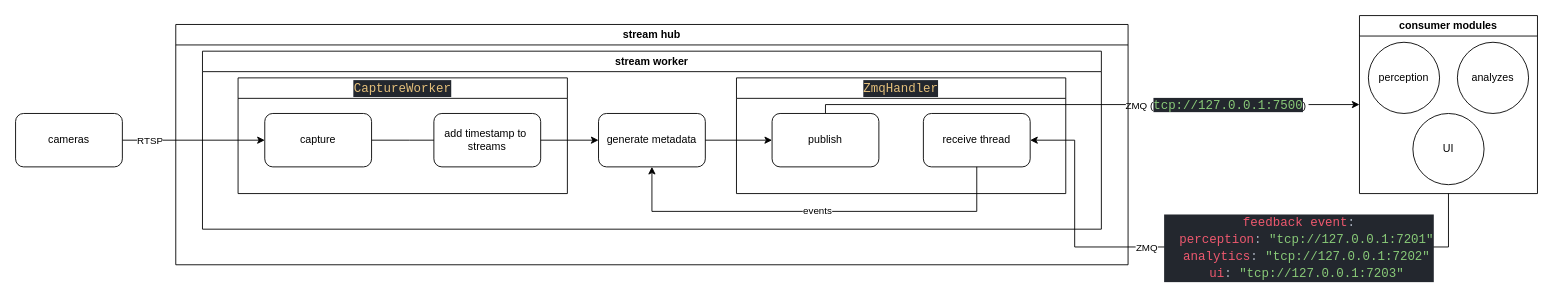
Earlier version of the draw.io diagram docs/workflow.drawio (SjR2003/stream-hub). Source tidied: cells renumbered, new cells numbered last; positions are measured from the earlier drawing's top-left corner, leaving out a move shared by most shapes. Both pictures are drawn from the tidied source at 89%, with x=0, y=0 at pixel (15, 15).
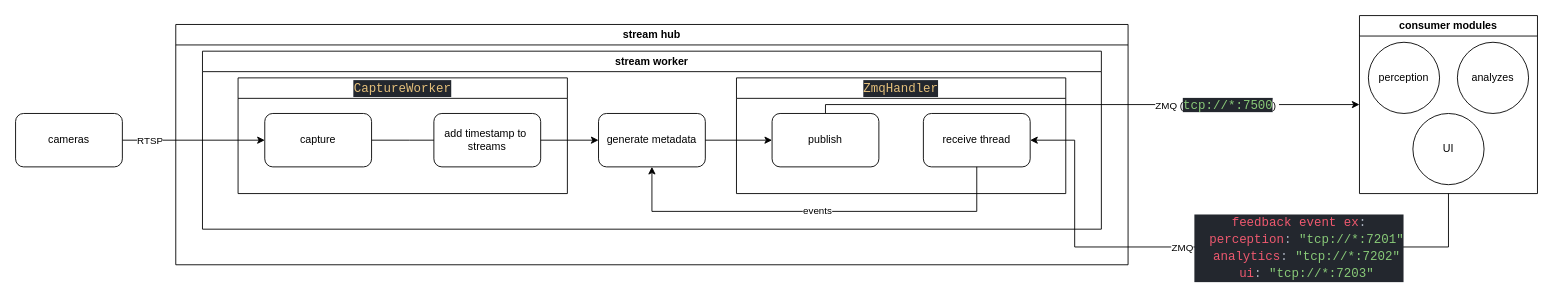
After the change.

The change refers to these unchanged cells:
```xml
<mxCell id="6" style="edgeStyle=orthogonalEdgeStyle;rounded=0;jettySize=auto;html=1;entryX=0;entryY=0.5;entryDx=0;entryDy=0;" parent="1" edge="1" source="24" target="11">
  <mxGeometry relative="1" as="geometry">
    <Array as="points">
      <mxPoint x="910" y="100" />
    </Array>
  </mxGeometry>
</mxCell>
<mxCell id="8" style="edgeStyle=orthogonalEdgeStyle;rounded=0;jettySize=auto;html=1;exitX=0.5;exitY=1;exitDx=0;exitDy=0;entryX=1;entryY=0.5;entryDx=0;entryDy=0;" parent="1" edge="1" source="11" target="25">
  <mxGeometry relative="1" as="geometry">
    <Array as="points">
      <mxPoint x="1610" y="260" />
      <mxPoint x="1190" y="260" />
      <mxPoint x="1190" y="140" />
    </Array>
  </mxGeometry>
</mxCell>
```

Diff of the diagram source:
```diff
@@
-    <mxCell id="7" value="ZMQ (&lt;span style=&quot;color: rgb(137, 202, 120); background-color: rgb(35, 39, 46); font-family: Consolas, &amp;quot;Courier New&amp;quot;, monospace; font-size: 14px; white-space-collapse: preserve;&quot;&gt;tcp://127.0.0.1:7500&lt;/span&gt;&lt;span style=&quot;background-color: light-dark(#ffffff, var(--ge-dark-color, #121212)); color: light-dark(rgb(0, 0, 0), rgb(255, 255, 255));&quot;&gt;)&amp;nbsp;&lt;/span&gt;" style="edgeLabel;html=1;align=center;verticalAlign=middle;" parent="6" vertex="1">
+    <mxCell id="7" value="ZMQ (&lt;span style=&quot;color: rgb(137, 202, 120); background-color: rgb(35, 39, 46); font-family: Consolas, &amp;quot;Courier New&amp;quot;, monospace; font-size: 14px; white-space-collapse: preserve;&quot;&gt;tcp://*:7500&lt;/span&gt;&lt;span style=&quot;background-color: light-dark(#ffffff, var(--ge-dark-color, #121212)); color: light-dark(rgb(0, 0, 0), rgb(255, 255, 255));&quot;&gt;)&amp;nbsp;&lt;/span&gt;" style="edgeLabel;html=1;align=center;verticalAlign=middle;" parent="6" vertex="1">
       <mxGeometry x="0.02" relative="1" as="geometry">
         <mxPoint x="138" as="offset" />
       </mxGeometry>
     </mxCell>
@@
-    <mxCell id="9" value="&lt;div style=&quot;color: rgb(171, 178, 191); background-color: rgb(35, 39, 46); font-family: Consolas, &amp;quot;Courier New&amp;quot;, monospace; font-size: 14px; line-height: 19px; white-space-collapse: preserve;&quot;&gt;&lt;div&gt;&lt;span style=&quot;color: #ef596f;&quot;&gt;feedback event&lt;/span&gt;:&lt;/div&gt;&lt;div&gt;&amp;nbsp; &lt;span style=&quot;color: #ef596f;&quot;&gt;perception&lt;/span&gt;: &lt;span style=&quot;color: #89ca78;&quot;&gt;&quot;tcp://127.0.0.1:7201&quot;&lt;/span&gt;&lt;/div&gt;&lt;div&gt;&amp;nbsp; &lt;span style=&quot;color: #ef596f;&quot;&gt;analytics&lt;/span&gt;: &lt;span style=&quot;color: #89ca78;&quot;&gt;&quot;tcp://127.0.0.1:7202&quot;&lt;/span&gt;&lt;/div&gt;&lt;div&gt;&amp;nbsp; &lt;span style=&quot;color: #ef596f;&quot;&gt;ui&lt;/span&gt;: &lt;span style=&quot;color: #89ca78;&quot;&gt;&quot;tcp://127.0.0.1:7203&quot;&lt;/span&gt;&lt;/div&gt;&lt;/div&gt;" style="edgeLabel;html=1;align=center;verticalAlign=middle;" parent="8" vertex="1">
+    <mxCell id="9" value="&lt;div style=&quot;color: rgb(171, 178, 191); background-color: rgb(35, 39, 46); font-family: Consolas, &amp;quot;Courier New&amp;quot;, monospace; font-size: 14px; line-height: 19px; white-space-collapse: preserve;&quot;&gt;&lt;div&gt;&lt;span style=&quot;color: #ef596f;&quot;&gt;feedback event ex&lt;/span&gt;:&lt;/div&gt;&lt;div&gt;&amp;nbsp; &lt;span style=&quot;color: #ef596f;&quot;&gt;perception&lt;/span&gt;: &lt;span style=&quot;color: #89ca78;&quot;&gt;&quot;tcp://*:7201&quot;&lt;/span&gt;&lt;/div&gt;&lt;div&gt;&amp;nbsp; &lt;span style=&quot;color: #ef596f;&quot;&gt;analytics&lt;/span&gt;: &lt;span style=&quot;color: #89ca78;&quot;&gt;&quot;tcp://*:7202&quot;&lt;/span&gt;&lt;/div&gt;&lt;div&gt;&amp;nbsp; &lt;span style=&quot;color: #ef596f;&quot;&gt;ui&lt;/span&gt;: &lt;span style=&quot;color: #89ca78;&quot;&gt;&quot;tcp://*:7203&quot;&lt;/span&gt;&lt;/div&gt;&lt;/div&gt;" style="edgeLabel;html=1;align=center;verticalAlign=middle;" parent="8" vertex="1">
       <mxGeometry x="-0.08" relative="1" as="geometry">
         <mxPoint x="70" as="offset" />
       </mxGeometry>
     </mxCell>
     <mxCell id="10" value="ZMQ" style="edgeLabel;html=1;align=center;verticalAlign=middle;" parent="8" vertex="1">
       <mxGeometry x="0.5" y="-1" relative="1" as="geometry">
-        <mxPoint x="79" y="8" as="offset" />
+        <mxPoint x="119" y="8" as="offset" />
       </mxGeometry>
     </mxCell>
```
